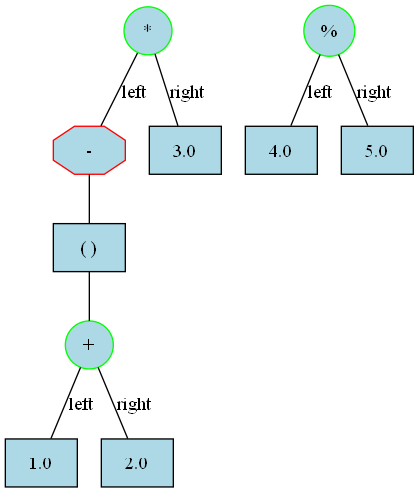
Earlier version of the Graphviz export stage1/hoc1_ast.png (SydMatters/HOC-High-Order-Calculator). Its source is kept beside it as stage1/hoc1_ast.dot.
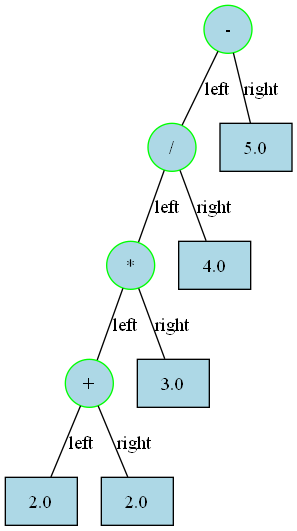
The same diagram one commit later.

Change to the diagram source:
```diff
@@ -1,22 +1,21 @@
 digraph hoc_ast {
 	node [fillcolor=lightblue fontcolor=black shape=box style=filled]
 	edge [arrowhead=none]
-	n1 [label="*" color=green shape=circle]
-	n2 [label="-" color=red shape=octagon]
-	n3 [label="( )"]
+	n1 [label="-" color=green shape=circle]
+	n2 [label="/" color=green shape=circle]
+	n3 [label="*" color=green shape=circle]
 	n4 [label="+" color=green shape=circle]
-	n5 [label=1.0]
+	n5 [label=2.0]
 	n4 -> n5 [label=left]
 	n6 [label=2.0]
 	n4 -> n6 [label=right]
-	n3 -> n4
-	n2 -> n3
+	n3 -> n4 [label=left]
+	n7 [label=3.0]
+	n3 -> n7 [label=right]
+	n2 -> n3 [label=left]
+	n8 [label=4.0]
+	n2 -> n8 [label=right]
 	n1 -> n2 [label=left]
-	n7 [label=3.0]
-	n1 -> n7 [label=right]
-	n8 [label="%" color=green shape=circle]
-	n9 [label=4.0]
-	n8 -> n9 [label=left]
-	n10 [label=5.0]
-	n8 -> n10 [label=right]
+	n9 [label=5.0]
+	n1 -> n9 [label=right]
 }
```
